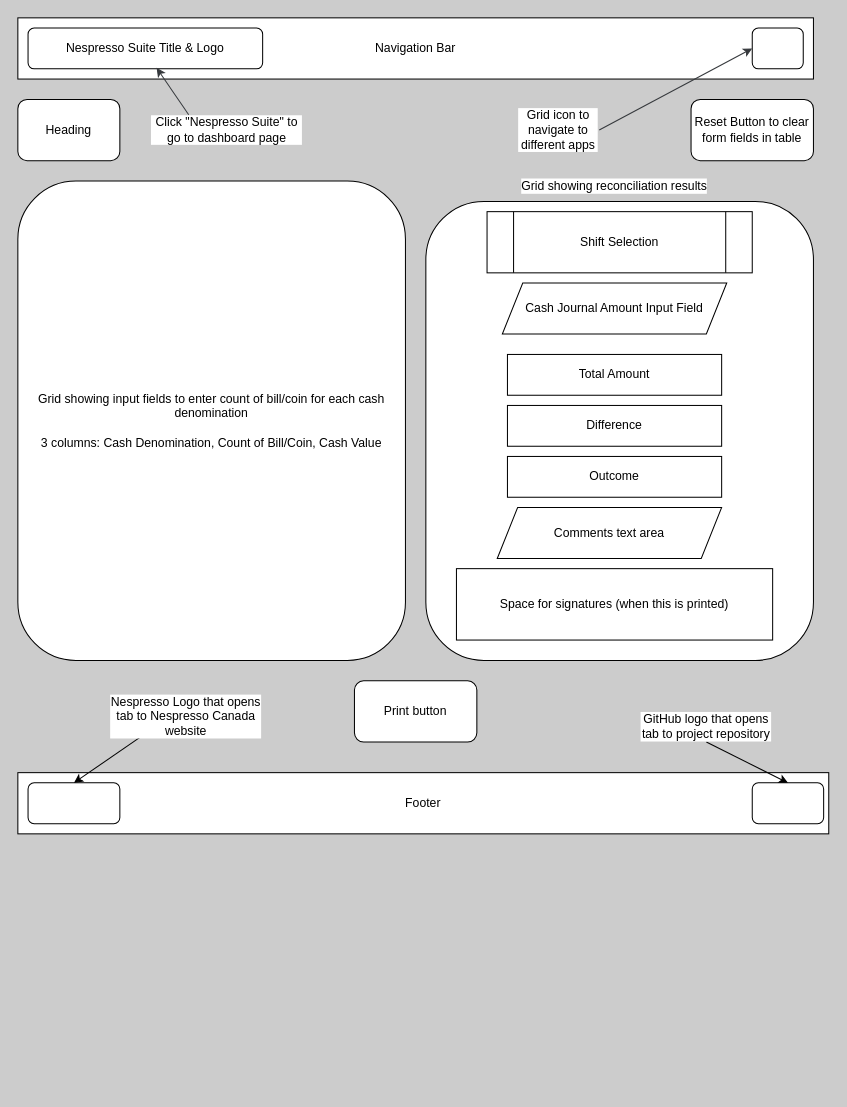
This is README_Images/CashReconciliation.drawio from kjeshang/nespresso-suite, a draw.io file, before an edit. Source tidied: cells renumbered, new cells numbered last; positions are measured from the earlier drawing's top-left corner, leaving out a move shared by most shapes. Both pictures are drawn from the tidied source at 102%, with x=0, y=0 at pixel (17, 17).
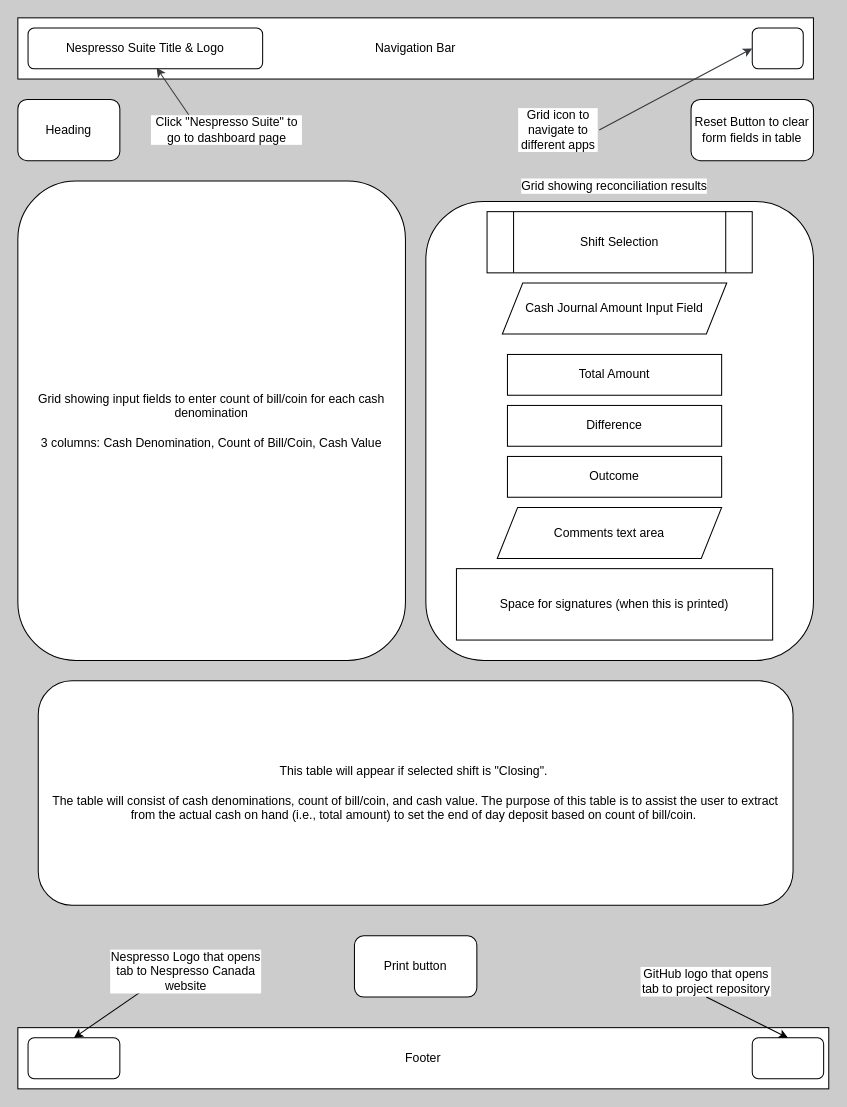
Above is the later version.

Commit message (it also covers changes not shown here):
Updated cash reconciliation wireframe to show deposit table for closing shift.

Change to the diagram source:
```diff
@@
     <mxCell id="3" value="Footer" style="rounded=0;whiteSpace=wrap;html=1;" parent="1" vertex="1">
-      <mxGeometry y="740" width="795" height="60" as="geometry" />
+      <mxGeometry y="990" width="795" height="60" as="geometry" />
     </mxCell>
@@
     <mxCell id="10" style="rounded=1;whiteSpace=wrap;html=1;" parent="1" vertex="1">
-      <mxGeometry x="10" y="750" width="90" height="40" as="geometry" />
+      <mxGeometry x="10" y="1000" width="90" height="40" as="geometry" />
     </mxCell>
     <mxCell id="11" style="rounded=1;whiteSpace=wrap;html=1;" parent="1" vertex="1">
-      <mxGeometry x="720" y="750" width="70" height="40" as="geometry" />
+      <mxGeometry x="720" y="1000" width="70" height="40" as="geometry" />
     </mxCell>
@@
     <mxCell id="13" value="Nespresso Logo that opens tab to Nespresso Canada website" style="text;html=1;align=center;verticalAlign=middle;whiteSpace=wrap;rounded=0;labelBackgroundColor=#FFFFFF;" parent="1" vertex="1">
-      <mxGeometry x="90" y="670" width="150" height="30" as="geometry" />
+      <mxGeometry x="90" y="920" width="150" height="30" as="geometry" />
     </mxCell>
@@
     <mxCell id="15" value="GitHub logo that opens tab to project repository" style="text;html=1;align=center;verticalAlign=middle;whiteSpace=wrap;rounded=0;labelBackgroundColor=#FFFFFF;" parent="1" vertex="1">
-      <mxGeometry x="610" y="680" width="130" height="30" as="geometry" />
+      <mxGeometry x="610" y="930" width="130" height="30" as="geometry" />
     </mxCell>
@@
     <mxCell id="26" value="Print button" style="rounded=1;whiteSpace=wrap;html=1;" parent="1" vertex="1">
-      <mxGeometry x="330" y="650" width="120" height="60" as="geometry" />
+      <mxGeometry x="330" y="900" width="120" height="60" as="geometry" />
     </mxCell>
@@
+    <mxCell id="29" value="This table will appear if selected shift is &quot;Closing&quot;.&amp;nbsp;&lt;div&gt;&lt;br&gt;&lt;/div&gt;&lt;div&gt;The table will consist of cash denominations, count of bill/coin, and cash value. The purpose of this table is to assist the user to extract from the actual cash on hand (i.e., total amount) to set the end of day deposit based on count of bill/coin.&amp;nbsp;&lt;/div&gt;" style="rounded=1;whiteSpace=wrap;html=1;" parent="1" vertex="1">
+      <mxGeometry x="20" y="650" width="740" height="220" as="geometry" />
+    </mxCell>
```
